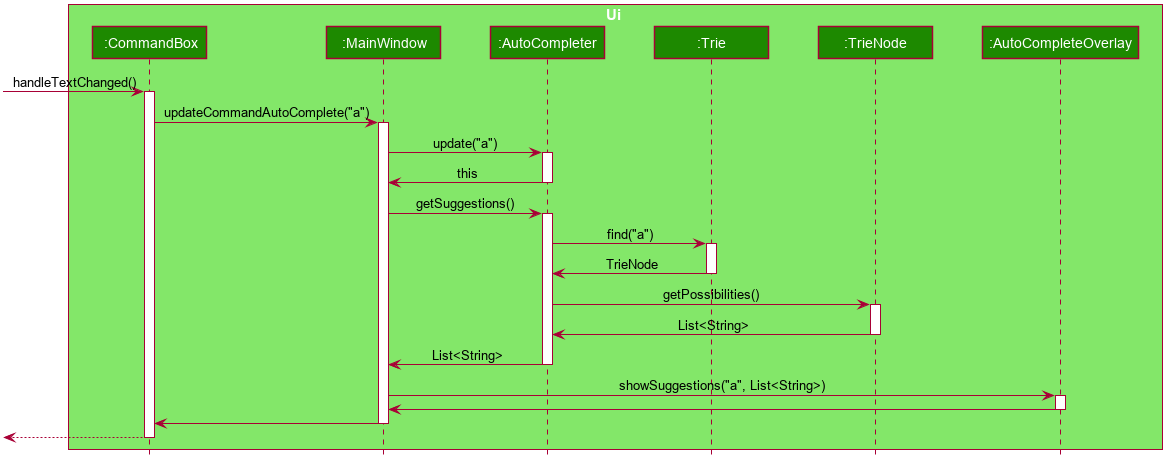
The PlantUML diagram docs/images/AutoCompleteSequenceDiagram.png in nus-cs2103-AY1920S1/addressbook-level3, before a commit.
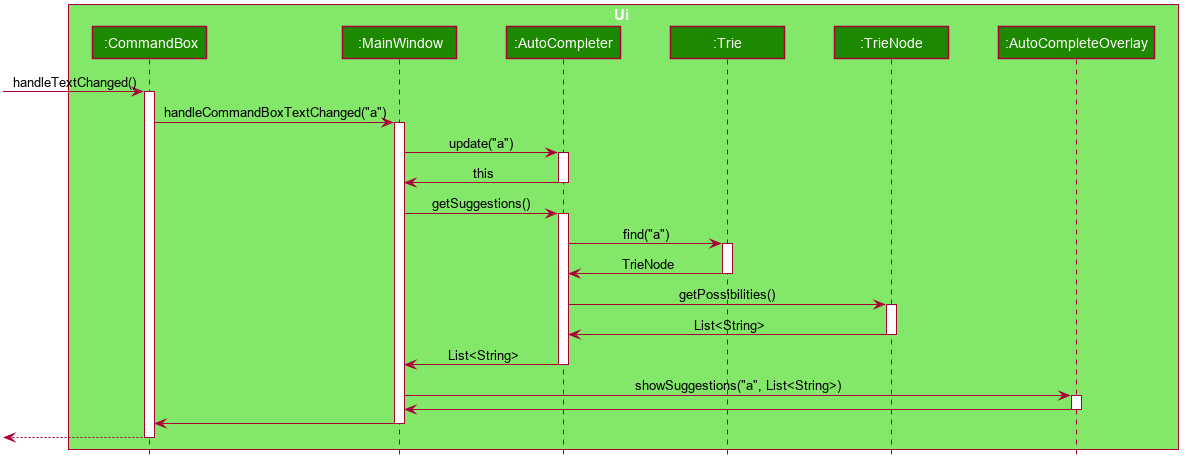
Above is the later version.

The edit, as a diff of the source:
```diff
@@ -60,7 +60,7 @@
 [-> CommandBox : handleTextChanged()
 activate CommandBox
 
-CommandBox -> MainWindow : updateCommandAutoComplete("a")
+CommandBox -> MainWindow : handleCommandBoxTextChanged("a")
 activate MainWindow
 
 MainWindow -> AutoCompleter : update("a")
```
